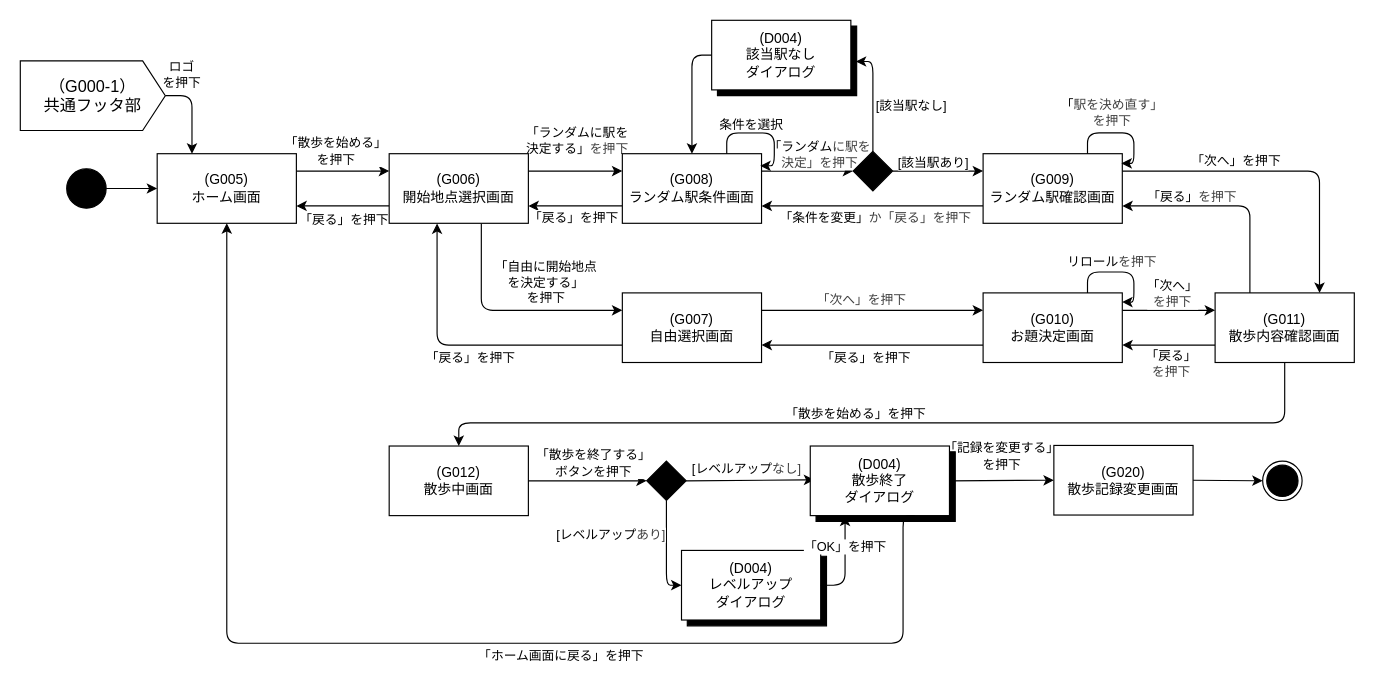
miyong00/ServerProgramming-2026 keeps this draw.io diagram as page "散歩" (2 of 11) of desing/STD.dio. Above is the earlier version. Source tidied: cells renumbered, new cells numbered last; positions are measured from the earlier drawing's top-left corner, leaving out a move shared by most shapes. Both pictures are drawn from the tidied source at 116%, with x=0, y=0 at pixel (20, 20).
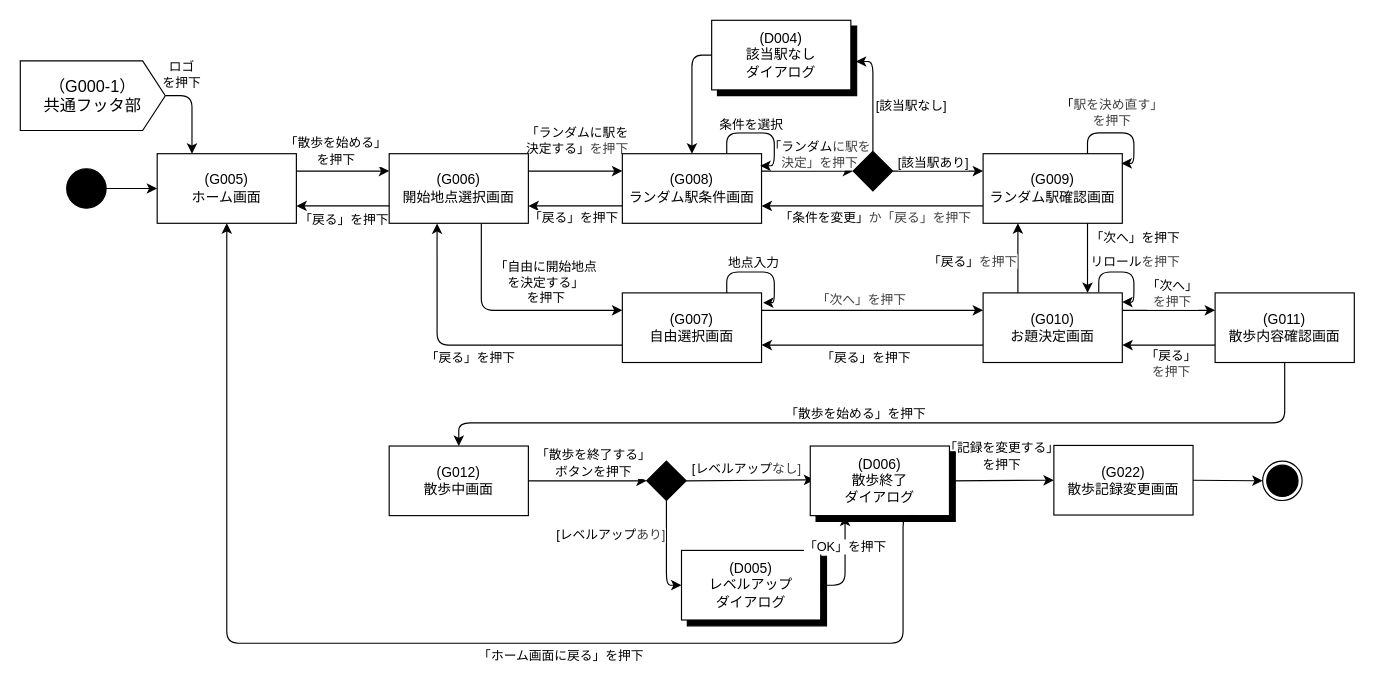
The same page after the edit.

Unchanged cells that the change refers to:
```xml
<mxCell id="16" value="&lt;div&gt;(G007)&lt;/div&gt;自由選択画面" style="rounded=0;whiteSpace=wrap;html=1;" parent="1" vertex="1">
  <mxGeometry x="519" y="235" width="120" height="60" as="geometry" />
</mxCell>
<mxCell id="24" value="&lt;div&gt;(G009)&lt;/div&gt;ランダム駅確認画面" style="rounded=0;whiteSpace=wrap;html=1;" parent="1" vertex="1">
  <mxGeometry x="830" y="115" width="120" height="60" as="geometry" />
</mxCell>
<mxCell id="33" value="&lt;div&gt;(G010)&lt;/div&gt;お題決定画面" style="rounded=0;whiteSpace=wrap;html=1;" parent="1" vertex="1">
  <mxGeometry x="830" y="235" width="120" height="60" as="geometry" />
</mxCell>
<mxCell id="40" value="&lt;div&gt;(G011)&lt;/div&gt;散歩内容確認画面" style="rounded=0;whiteSpace=wrap;html=1;" parent="1" vertex="1">
  <mxGeometry x="1030" y="235" width="120" height="60" as="geometry" />
</mxCell>
<mxCell id="61" style="group;" parent="1" vertex="1">
  <mxGeometry x="570" y="457" width="125" height="65" as="geometry" />
</mxCell>
<mxCell id="68" style="group;" parent="1" vertex="1">
  <mxGeometry x="681" y="367" width="125" height="65" as="geometry" />
</mxCell>
```

What changed in the source:
```diff
@@
-    <mxCell id="29" style="edgeStyle=orthogonalEdgeStyle;html=1;entryX=1;entryY=0.75;entryDx=0;entryDy=0;exitX=0.25;exitY=0;exitDx=0;exitDy=0;" parent="1" edge="1" source="40" target="24">
-      <mxGeometry relative="1" as="geometry" />
+    <mxCell id="29" style="html=1;exitX=0.25;exitY=0;exitDx=0;exitDy=0;entryX=0.25;entryY=1;entryDx=0;entryDy=0;" parent="1" edge="1" source="33" target="24">
+      <mxGeometry x="-0.39" relative="1" as="geometry" />
     </mxCell>
     <mxCell id="30" value="「戻る」&lt;span style=&quot;color: rgb(63, 63, 63); background-color: light-dark(#ffffff, var(--ge-dark-color, #121212));&quot;&gt;を押下&lt;/span&gt;" style="edgeLabel;html=1;align=center;verticalAlign=middle;" parent="29" vertex="1">
-      <mxGeometry x="-0.67" y="2" relative="1" as="geometry">
-        <mxPoint x="-49" y="-53" as="offset" />
+      <mxGeometry x="-0.8" y="2" relative="1" as="geometry">
+        <mxPoint x="-38" y="-22" as="offset" />
       </mxGeometry>
     </mxCell>
@@
-    <mxCell id="34" style="edgeStyle=orthogonalEdgeStyle;html=1;exitX=1;exitY=0.25;exitDx=0;exitDy=0;entryX=0.75;entryY=0;entryDx=0;entryDy=0;" parent="1" edge="1" source="24" target="40">
-      <mxGeometry x="0.46" relative="1" as="geometry" />
+    <mxCell id="34" style="html=1;exitX=0.75;exitY=1;exitDx=0;exitDy=0;entryX=0.75;entryY=0;entryDx=0;entryDy=0;" parent="1" edge="1" source="24" target="33">
+      <mxGeometry x="0.4" relative="1" as="geometry" />
     </mxCell>
-    <mxCell id="35" value="「次へ」&lt;span style=&quot;background-color: light-dark(#ffffff, var(--ge-dark-color, #121212));&quot;&gt;を押下&lt;/span&gt;" style="edgeLabel;html=1;align=center;verticalAlign=middle;" parent="34" vertex="1">
-      <mxGeometry x="0.98" y="1" relative="1" as="geometry">
-        <mxPoint x="-74" y="-112" as="offset" />
-      </mxGeometry>
-    </mxCell>
+    <mxCell id="84" value="「次へ」を押下" style="edgeLabel;html=1;align=center;verticalAlign=middle;" parent="34" vertex="1">
+      <mxGeometry x="-0.38" relative="1" as="geometry">
+        <mxPoint x="40" y="-7" as="offset" />
+      </mxGeometry>
+    </mxCell>
@@
-    <mxCell id="41" style="html=1;exitX=0.75;exitY=0;exitDx=0;exitDy=0;edgeStyle=orthogonalEdgeStyle;innerLoopWaypoints=1;strokeColor=#000000;entryX=0.999;entryY=0.132;entryDx=0;entryDy=0;entryPerimeter=0;" parent="1" edge="1" source="33" target="33">
-      <mxGeometry x="0.23" relative="1" as="geometry">
+    <mxCell id="41" style="html=1;edgeStyle=orthogonalEdgeStyle;innerLoopWaypoints=1;strokeColor=#000000;entryX=0.999;entryY=0.132;entryDx=0;entryDy=0;entryPerimeter=0;exitX=0.831;exitY=-0.013;exitDx=0;exitDy=0;exitPerimeter=0;" parent="1" edge="1" source="33" target="33">
+      <mxGeometry x="0.16" relative="1" as="geometry">
         <Array as="points">
-          <mxPoint x="920" y="217" />
+          <mxPoint x="929.7" y="217" />
           <mxPoint x="960" y="217" />
           <mxPoint x="960" y="242.9" />
         </Array>
       </mxGeometry>
     </mxCell>
     <mxCell id="42" value="リロール&lt;span style=&quot;color: rgb(63, 63, 63); background-color: light-dark(#ffffff, var(--ge-dark-color, #121212));&quot;&gt;を押下&lt;/span&gt;" style="edgeLabel;html=1;align=center;verticalAlign=middle;" parent="41" vertex="1">
-      <mxGeometry y="2" relative="1" as="geometry">
-        <mxPoint x="-9" y="-8" as="offset" />
+      <mxGeometry x="-0.1" y="2" relative="1" as="geometry">
+        <mxPoint x="10" y="-8" as="offset" />
       </mxGeometry>
     </mxCell>
@@
-    <mxCell id="63" value="&lt;div&gt;(D004)&lt;/div&gt;&lt;div&gt;&lt;font color=&quot;#000000&quot;&gt;レベルアップ&lt;/font&gt;&lt;/div&gt;&lt;div&gt;ダイアログ&lt;/div&gt;" style="rounded=0;whiteSpace=wrap;html=1;" parent="61" vertex="1">
+    <mxCell id="63" value="&lt;div&gt;(D005)&lt;/div&gt;&lt;div&gt;&lt;font color=&quot;#000000&quot;&gt;レベルアップ&lt;/font&gt;&lt;/div&gt;&lt;div&gt;ダイアログ&lt;/div&gt;" style="rounded=0;whiteSpace=wrap;html=1;" parent="61" vertex="1">
       <mxGeometry width="120" height="60" as="geometry" />
     </mxCell>
@@
-    <mxCell id="70" value="&lt;div&gt;(D004)&lt;/div&gt;散歩終了&lt;div&gt;ダイアログ&lt;/div&gt;" style="rounded=0;whiteSpace=wrap;html=1;" parent="68" vertex="1">
+    <mxCell id="70" value="&lt;div&gt;(D006)&lt;/div&gt;散歩終了&lt;div&gt;ダイアログ&lt;/div&gt;" style="rounded=0;whiteSpace=wrap;html=1;" parent="68" vertex="1">
       <mxGeometry width="120" height="60" as="geometry" />
     </mxCell>
@@
-    <mxCell id="72" value="&lt;div&gt;(G020)&lt;/div&gt;散歩記録変更画面" style="rounded=0;whiteSpace=wrap;html=1;" parent="1" vertex="1">
+    <mxCell id="72" value="&lt;div&gt;(G022)&lt;/div&gt;散歩記録変更画面" style="rounded=0;whiteSpace=wrap;html=1;" parent="1" vertex="1">
       <mxGeometry x="891" y="366.5" width="120" height="60" as="geometry" />
     </mxCell>
@@
+    <mxCell id="85" style="edgeStyle=orthogonalEdgeStyle;html=1;exitX=0.75;exitY=0;exitDx=0;exitDy=0;entryX=1.011;entryY=0.14;entryDx=0;entryDy=0;innerLoopWaypoints=1;entryPerimeter=0;" parent="1" edge="1" source="16" target="16">
+      <mxGeometry x="0.2" relative="1" as="geometry">
+        <Array as="points">
+          <mxPoint x="609" y="217" />
+          <mxPoint x="650" y="217" />
+          <mxPoint x="650" y="243.4" />
+        </Array>
+      </mxGeometry>
+    </mxCell>
+    <mxCell id="86" value="地点入力" style="edgeLabel;html=1;align=center;verticalAlign=middle;" parent="85" vertex="1">
+      <mxGeometry x="-0.1" relative="1" as="geometry">
+        <mxPoint x="-3" y="-9" as="offset" />
+      </mxGeometry>
+    </mxCell>
```
